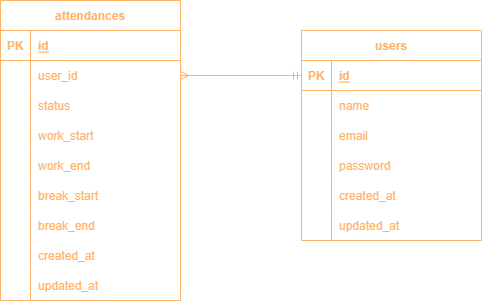
Above: ER図.png in Tanukichi-35/atte (draw.io), before the change. Source tidied: cells renumbered, new cells last; positions are measured from the earlier drawing's top-left corner, leaving out a move shared by most shapes. The source it was exported from:
```xml
<mxGraphModel>
  <root>
    <mxCell id="0" />
    <mxCell id="1" parent="0" />
    <mxCell id="2" value="attendances" style="shape=table;startSize=30;rowLines=0;fontStyle=1;align=center;rounded=0;strokeWidth=1;fillColor=none;strokeColor=#FFB366;fontColor=#FFB366;" parent="1" vertex="1">
      <mxGeometry width="180" height="300" as="geometry" />
    </mxCell>
    <mxCell id="3" style="shape=tableRow;horizontal=0;startSize=0;swimlaneHead=0;swimlaneBody=0;top=0;left=0;right=0;bottom=1;rounded=0;strokeWidth=1;swimlaneLine=1;fillColor=none;strokeColor=#FFB366;fontColor=#FFB366;" parent="2" vertex="1">
      <mxGeometry y="30" width="180" height="30" as="geometry" />
    </mxCell>
    <mxCell id="4" value="PK" style="shape=partialRectangle;top=0;left=0;bottom=0;right=0;fontStyle=1;overflow=hidden;rounded=0;strokeWidth=1;swimlaneLine=1;fillColor=none;strokeColor=#FFB366;fontColor=#FFB366;" parent="3" vertex="1">
      <mxGeometry width="30" height="30" as="geometry" />
    </mxCell>
    <mxCell id="5" value="id" style="shape=partialRectangle;top=0;left=0;bottom=0;right=0;align=left;spacingLeft=6;fontStyle=5;overflow=hidden;rounded=0;strokeWidth=1;swimlaneLine=1;fillColor=none;strokeColor=#FFB366;fontColor=#FFB366;" parent="3" vertex="1">
      <mxGeometry x="30" width="150" height="30" as="geometry" />
    </mxCell>
    <mxCell id="6" style="shape=tableRow;horizontal=0;startSize=0;swimlaneHead=0;swimlaneBody=0;points=[[0,0.5],[1,0.5]];portConstraint=eastwest;top=0;left=0;right=0;bottom=0;rounded=0;strokeWidth=1;swimlaneLine=1;fillColor=none;strokeColor=#FFB366;fontColor=#FFB366;" parent="2" vertex="1">
      <mxGeometry y="60" width="180" height="30" as="geometry" />
    </mxCell>
    <mxCell id="7" style="shape=partialRectangle;top=0;left=0;bottom=0;right=0;overflow=hidden;rounded=0;strokeWidth=1;swimlaneLine=1;fillColor=none;strokeColor=#FFB366;fontColor=#FFB366;" parent="6" vertex="1">
      <mxGeometry width="30" height="30" as="geometry" />
    </mxCell>
    <mxCell id="8" value="user_id" style="shape=partialRectangle;top=0;left=0;bottom=0;right=0;align=left;spacingLeft=6;overflow=hidden;rounded=0;strokeWidth=1;swimlaneLine=1;fillColor=none;strokeColor=#FFB366;fontColor=#FFB366;" parent="6" vertex="1">
      <mxGeometry x="30" width="150" height="30" as="geometry" />
    </mxCell>
    <mxCell id="9" style="shape=tableRow;horizontal=0;startSize=0;swimlaneHead=0;swimlaneBody=0;top=0;left=0;right=0;bottom=0;rounded=0;strokeWidth=1;swimlaneLine=1;fillColor=none;strokeColor=#FFB366;fontColor=#FFB366;" parent="2" vertex="1">
      <mxGeometry y="90" width="180" height="30" as="geometry" />
    </mxCell>
    <mxCell id="10" style="shape=partialRectangle;top=0;left=0;bottom=0;right=0;overflow=hidden;rounded=0;strokeWidth=1;swimlaneLine=1;fillColor=none;strokeColor=#FFB366;fontColor=#FFB366;" parent="9" vertex="1">
      <mxGeometry width="30" height="30" as="geometry" />
    </mxCell>
    <mxCell id="11" value="status" style="shape=partialRectangle;top=0;left=0;bottom=0;right=0;align=left;spacingLeft=6;overflow=hidden;rounded=0;strokeWidth=1;swimlaneLine=1;fillColor=none;strokeColor=#FFB366;fontColor=#FFB366;" parent="9" vertex="1">
      <mxGeometry x="30" width="150" height="30" as="geometry" />
    </mxCell>
    <mxCell id="12" style="shape=tableRow;horizontal=0;startSize=0;swimlaneHead=0;swimlaneBody=0;top=0;left=0;right=0;bottom=0;rounded=0;strokeWidth=1;swimlaneLine=1;fillColor=none;strokeColor=#FFB366;fontColor=#FFB366;" parent="2" vertex="1">
      <mxGeometry y="120" width="180" height="30" as="geometry" />
    </mxCell>
    <mxCell id="13" style="shape=partialRectangle;top=0;left=0;bottom=0;right=0;overflow=hidden;rounded=0;strokeWidth=1;swimlaneLine=1;fillColor=none;strokeColor=#FFB366;fontColor=#FFB366;" parent="12" vertex="1">
      <mxGeometry width="30" height="30" as="geometry" />
    </mxCell>
    <mxCell id="14" value="work_start" style="shape=partialRectangle;top=0;left=0;bottom=0;right=0;align=left;spacingLeft=6;overflow=hidden;rounded=0;strokeWidth=1;swimlaneLine=1;fillColor=none;strokeColor=#FFB366;fontColor=#FFB366;" parent="12" vertex="1">
      <mxGeometry x="30" width="150" height="30" as="geometry" />
    </mxCell>
    <mxCell id="15" style="shape=tableRow;horizontal=0;startSize=0;swimlaneHead=0;swimlaneBody=0;top=0;left=0;right=0;bottom=0;rounded=0;strokeWidth=1;swimlaneLine=1;fillColor=none;strokeColor=#FFB366;fontColor=#FFB366;" parent="2" vertex="1">
      <mxGeometry y="150" width="180" height="30" as="geometry" />
    </mxCell>
    <mxCell id="16" style="shape=partialRectangle;top=0;left=0;bottom=0;right=0;overflow=hidden;rounded=0;strokeWidth=1;swimlaneLine=1;fillColor=none;strokeColor=#FFB366;fontColor=#FFB366;" parent="15" vertex="1">
      <mxGeometry width="30" height="30" as="geometry" />
    </mxCell>
    <mxCell id="17" value="work_end" style="shape=partialRectangle;top=0;left=0;bottom=0;right=0;align=left;spacingLeft=6;overflow=hidden;rounded=0;strokeWidth=1;swimlaneLine=1;fillColor=none;strokeColor=#FFB366;fontColor=#FFB366;" parent="15" vertex="1">
      <mxGeometry x="30" width="150" height="30" as="geometry" />
    </mxCell>
    <mxCell id="18" style="shape=tableRow;horizontal=0;startSize=0;swimlaneHead=0;swimlaneBody=0;top=0;left=0;right=0;bottom=0;rounded=0;strokeWidth=1;swimlaneLine=1;fillColor=none;strokeColor=#FFB366;fontColor=#FFB366;" parent="2" vertex="1">
      <mxGeometry y="180" width="180" height="30" as="geometry" />
    </mxCell>
    <mxCell id="19" style="shape=partialRectangle;top=0;left=0;bottom=0;right=0;overflow=hidden;rounded=0;strokeWidth=1;swimlaneLine=1;fillColor=none;strokeColor=#FFB366;fontColor=#FFB366;" parent="18" vertex="1">
      <mxGeometry width="30" height="30" as="geometry" />
    </mxCell>
    <mxCell id="20" value="break_start" style="shape=partialRectangle;top=0;left=0;bottom=0;right=0;align=left;spacingLeft=6;overflow=hidden;rounded=0;strokeWidth=1;swimlaneLine=1;fillColor=none;strokeColor=#FFB366;fontColor=#FFB366;" parent="18" vertex="1">
      <mxGeometry x="30" width="150" height="30" as="geometry" />
    </mxCell>
    <mxCell id="21" style="shape=tableRow;horizontal=0;startSize=0;swimlaneHead=0;swimlaneBody=0;top=0;left=0;right=0;bottom=0;rounded=0;strokeWidth=1;swimlaneLine=1;fillColor=none;strokeColor=#FFB366;fontColor=#FFB366;" parent="2" vertex="1">
      <mxGeometry y="210" width="180" height="30" as="geometry" />
    </mxCell>
    <mxCell id="22" style="shape=partialRectangle;top=0;left=0;bottom=0;right=0;overflow=hidden;rounded=0;strokeWidth=1;swimlaneLine=1;fillColor=none;strokeColor=#FFB366;fontColor=#FFB366;" parent="21" vertex="1">
      <mxGeometry width="30" height="30" as="geometry" />
    </mxCell>
    <mxCell id="23" value="break_end" style="shape=partialRectangle;top=0;left=0;bottom=0;right=0;align=left;spacingLeft=6;overflow=hidden;rounded=0;strokeWidth=1;swimlaneLine=1;fillColor=none;strokeColor=#FFB366;fontColor=#FFB366;" parent="21" vertex="1">
      <mxGeometry x="30" width="150" height="30" as="geometry" />
    </mxCell>
    <mxCell id="24" style="shape=tableRow;horizontal=0;startSize=0;swimlaneHead=0;swimlaneBody=0;top=0;left=0;right=0;bottom=0;rounded=0;strokeWidth=1;swimlaneLine=1;fillColor=none;strokeColor=#FFB366;fontColor=#FFB366;" parent="2" vertex="1">
      <mxGeometry y="240" width="180" height="30" as="geometry" />
    </mxCell>
    <mxCell id="25" style="shape=partialRectangle;top=0;left=0;bottom=0;right=0;overflow=hidden;rounded=0;strokeWidth=1;swimlaneLine=1;fillColor=none;strokeColor=#FFB366;fontColor=#FFB366;" parent="24" vertex="1">
      <mxGeometry width="30" height="30" as="geometry" />
    </mxCell>
    <mxCell id="26" value="created_at" style="shape=partialRectangle;top=0;left=0;bottom=0;right=0;align=left;spacingLeft=6;overflow=hidden;rounded=0;strokeWidth=1;swimlaneLine=1;fillColor=none;strokeColor=#FFB366;fontColor=#FFB366;" parent="24" vertex="1">
      <mxGeometry x="30" width="150" height="30" as="geometry" />
    </mxCell>
    <mxCell id="27" style="shape=tableRow;horizontal=0;startSize=0;swimlaneHead=0;swimlaneBody=0;top=0;left=0;right=0;bottom=0;rounded=0;strokeWidth=1;swimlaneLine=1;fillColor=none;strokeColor=#FFB366;fontColor=#FFB366;" parent="2" vertex="1">
      <mxGeometry y="270" width="180" height="30" as="geometry" />
    </mxCell>
    <mxCell id="28" style="shape=partialRectangle;top=0;left=0;bottom=0;right=0;overflow=hidden;rounded=0;strokeWidth=1;swimlaneLine=1;fillColor=none;strokeColor=#FFB366;fontColor=#FFB366;" parent="27" vertex="1">
      <mxGeometry width="30" height="30" as="geometry" />
    </mxCell>
    <mxCell id="29" value="updated_at" style="shape=partialRectangle;top=0;left=0;bottom=0;right=0;align=left;spacingLeft=6;overflow=hidden;rounded=0;strokeWidth=1;swimlaneLine=1;fillColor=none;strokeColor=#FFB366;fontColor=#FFB366;" parent="27" vertex="1">
      <mxGeometry x="30" width="150" height="30" as="geometry" />
    </mxCell>
    <mxCell id="30" value="users" style="shape=table;startSize=30;rowLines=0;fontStyle=1;align=center;rounded=0;strokeWidth=1;swimlaneLine=1;fillColor=none;strokeColor=#FFB366;fontColor=#FFB366;" parent="1" vertex="1">
      <mxGeometry x="301" y="30" width="180" height="210" as="geometry" />
    </mxCell>
    <mxCell id="31" style="shape=tableRow;horizontal=0;startSize=0;swimlaneHead=0;swimlaneBody=0;top=0;left=0;right=0;bottom=1;rounded=0;strokeWidth=1;swimlaneLine=1;fillColor=none;strokeColor=#FFB366;fontColor=#FFB366;" parent="30" vertex="1">
      <mxGeometry y="30" width="180" height="30" as="geometry" />
    </mxCell>
    <mxCell id="32" value="PK" style="shape=partialRectangle;top=0;left=0;bottom=0;right=0;fontStyle=1;overflow=hidden;rounded=0;strokeWidth=1;swimlaneLine=1;fillColor=none;strokeColor=#FFB366;fontColor=#FFB366;" parent="31" vertex="1">
      <mxGeometry width="30" height="30" as="geometry" />
    </mxCell>
    <mxCell id="33" value="id" style="shape=partialRectangle;top=0;left=0;bottom=0;right=0;align=left;spacingLeft=6;fontStyle=5;overflow=hidden;rounded=0;strokeWidth=1;swimlaneLine=1;fillColor=none;strokeColor=#FFB366;fontColor=#FFB366;" parent="31" vertex="1">
      <mxGeometry x="30" width="150" height="30" as="geometry" />
    </mxCell>
    <mxCell id="34" style="shape=tableRow;horizontal=0;startSize=0;swimlaneHead=0;swimlaneBody=0;top=0;left=0;right=0;bottom=0;rounded=0;strokeWidth=1;swimlaneLine=1;fillColor=none;strokeColor=#FFB366;fontColor=#FFB366;" parent="30" vertex="1">
      <mxGeometry y="60" width="180" height="30" as="geometry" />
    </mxCell>
    <mxCell id="35" style="shape=partialRectangle;top=0;left=0;bottom=0;right=0;overflow=hidden;rounded=0;strokeWidth=1;swimlaneLine=1;fillColor=none;strokeColor=#FFB366;fontColor=#FFB366;" parent="34" vertex="1">
      <mxGeometry width="30" height="30" as="geometry" />
    </mxCell>
    <mxCell id="36" value="name" style="shape=partialRectangle;top=0;left=0;bottom=0;right=0;align=left;spacingLeft=6;overflow=hidden;rounded=0;strokeWidth=1;swimlaneLine=1;fillColor=none;strokeColor=#FFB366;fontColor=#FFB366;" parent="34" vertex="1">
      <mxGeometry x="30" width="150" height="30" as="geometry" />
    </mxCell>
    <mxCell id="37" style="shape=tableRow;horizontal=0;startSize=0;swimlaneHead=0;swimlaneBody=0;top=0;left=0;right=0;bottom=0;rounded=0;strokeWidth=1;swimlaneLine=1;fillColor=none;strokeColor=#FFB366;fontColor=#FFB366;" parent="30" vertex="1">
      <mxGeometry y="90" width="180" height="30" as="geometry" />
    </mxCell>
    <mxCell id="38" style="shape=partialRectangle;top=0;left=0;bottom=0;right=0;overflow=hidden;rounded=0;strokeWidth=1;swimlaneLine=1;fillColor=none;strokeColor=#FFB366;fontColor=#FFB366;" parent="37" vertex="1">
      <mxGeometry width="30" height="30" as="geometry" />
    </mxCell>
    <mxCell id="39" value="email" style="shape=partialRectangle;top=0;left=0;bottom=0;right=0;align=left;spacingLeft=6;overflow=hidden;rounded=0;strokeWidth=1;swimlaneLine=1;fillColor=none;strokeColor=#FFB366;fontColor=#FFB366;" parent="37" vertex="1">
      <mxGeometry x="30" width="150" height="30" as="geometry" />
    </mxCell>
    <mxCell id="40" style="shape=tableRow;horizontal=0;startSize=0;swimlaneHead=0;swimlaneBody=0;top=0;left=0;right=0;bottom=0;rounded=0;strokeWidth=1;swimlaneLine=1;fillColor=none;strokeColor=#FFB366;fontColor=#FFB366;" parent="30" vertex="1">
      <mxGeometry y="120" width="180" height="30" as="geometry" />
    </mxCell>
    <mxCell id="41" style="shape=partialRectangle;top=0;left=0;bottom=0;right=0;overflow=hidden;rounded=0;strokeWidth=1;swimlaneLine=1;fillColor=none;strokeColor=#FFB366;fontColor=#FFB366;" parent="40" vertex="1">
      <mxGeometry width="30" height="30" as="geometry" />
    </mxCell>
    <mxCell id="42" value="password" style="shape=partialRectangle;top=0;left=0;bottom=0;right=0;align=left;spacingLeft=6;overflow=hidden;rounded=0;strokeWidth=1;swimlaneLine=1;fillColor=none;strokeColor=#FFB366;fontColor=#FFB366;" parent="40" vertex="1">
      <mxGeometry x="30" width="150" height="30" as="geometry" />
    </mxCell>
    <mxCell id="43" style="shape=tableRow;horizontal=0;startSize=0;swimlaneHead=0;swimlaneBody=0;top=0;left=0;right=0;bottom=0;rounded=0;strokeWidth=1;swimlaneLine=1;fillColor=none;strokeColor=#FFB366;fontColor=#FFB366;" parent="30" vertex="1">
      <mxGeometry y="150" width="180" height="30" as="geometry" />
    </mxCell>
    <mxCell id="44" style="shape=partialRectangle;top=0;left=0;bottom=0;right=0;overflow=hidden;rounded=0;strokeWidth=1;swimlaneLine=1;fillColor=none;strokeColor=#FFB366;fontColor=#FFB366;" parent="43" vertex="1">
      <mxGeometry width="30" height="30" as="geometry" />
    </mxCell>
    <mxCell id="45" value="created_at" style="shape=partialRectangle;top=0;left=0;bottom=0;right=0;align=left;spacingLeft=6;overflow=hidden;rounded=0;strokeWidth=1;swimlaneLine=1;fillColor=none;strokeColor=#FFB366;fontColor=#FFB366;" parent="43" vertex="1">
      <mxGeometry x="30" width="150" height="30" as="geometry" />
    </mxCell>
    <mxCell id="46" style="shape=tableRow;horizontal=0;startSize=0;swimlaneHead=0;swimlaneBody=0;top=0;left=0;right=0;bottom=0;rounded=0;strokeWidth=1;swimlaneLine=1;fillColor=none;strokeColor=#FFB366;fontColor=#FFB366;" parent="30" vertex="1">
      <mxGeometry y="180" width="180" height="30" as="geometry" />
    </mxCell>
    <mxCell id="47" style="shape=partialRectangle;top=0;left=0;bottom=0;right=0;overflow=hidden;rounded=0;strokeWidth=1;swimlaneLine=1;fillColor=none;strokeColor=#FFB366;fontColor=#FFB366;" parent="46" vertex="1">
      <mxGeometry width="30" height="30" as="geometry" />
    </mxCell>
    <mxCell id="48" value="updated_at" style="shape=partialRectangle;top=0;left=0;bottom=0;right=0;align=left;spacingLeft=6;overflow=hidden;rounded=0;strokeWidth=1;swimlaneLine=1;fillColor=none;strokeColor=#FFB366;fontColor=#FFB366;" parent="46" vertex="1">
      <mxGeometry x="30" width="150" height="30" as="geometry" />
    </mxCell>
    <mxCell id="49" style="edgeStyle=orthogonalEdgeStyle;fontSize=12;html=1;endArrow=ERmany;startArrow=ERmandOne;startFill=0;entryX=1;entryY=0.5;entryDx=0;entryDy=0;endFill=0;exitX=0;exitY=0.5;exitDx=0;exitDy=0;strokeWidth=1;swimlaneLine=1;rounded=0;fillColor=none;strokeColor=#FFB366;fontColor=#FFB366;" parent="1" edge="1" target="6">
      <mxGeometry relative="1" as="geometry">
        <mxPoint x="301" y="75" as="sourcePoint" />
      </mxGeometry>
    </mxCell>
  </root>
</mxGraphModel>
```
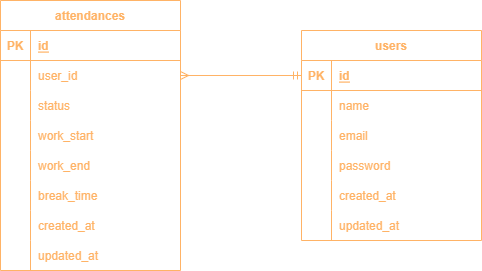
Later version of the same file.

Diff of the diagram source:
```diff
@@ -3,7 +3,7 @@
     <mxCell id="0" />
     <mxCell id="1" parent="0" />
     <mxCell id="2" value="attendances" style="shape=table;startSize=30;rowLines=0;fontStyle=1;align=center;rounded=0;strokeWidth=1;fillColor=none;strokeColor=#FFB366;fontColor=#FFB366;" parent="1" vertex="1">
-      <mxGeometry width="180" height="300" as="geometry" />
+      <mxGeometry width="180" height="270" as="geometry" />
     </mxCell>
     <mxCell id="3" style="shape=tableRow;horizontal=0;startSize=0;swimlaneHead=0;swimlaneBody=0;top=0;left=0;right=0;bottom=1;rounded=0;strokeWidth=1;swimlaneLine=1;fillColor=none;strokeColor=#FFB366;fontColor=#FFB366;" parent="2" vertex="1">
       <mxGeometry y="30" width="180" height="30" as="geometry" />
@@ -56,20 +56,11 @@
     <mxCell id="19" style="shape=partialRectangle;top=0;left=0;bottom=0;right=0;overflow=hidden;rounded=0;strokeWidth=1;swimlaneLine=1;fillColor=none;strokeColor=#FFB366;fontColor=#FFB366;" parent="18" vertex="1">
       <mxGeometry width="30" height="30" as="geometry" />
     </mxCell>
-    <mxCell id="20" value="break_start" style="shape=partialRectangle;top=0;left=0;bottom=0;right=0;align=left;spacingLeft=6;overflow=hidden;rounded=0;strokeWidth=1;swimlaneLine=1;fillColor=none;strokeColor=#FFB366;fontColor=#FFB366;" parent="18" vertex="1">
+    <mxCell id="20" value="break_time" style="shape=partialRectangle;top=0;left=0;bottom=0;right=0;align=left;spacingLeft=6;overflow=hidden;rounded=0;strokeWidth=1;swimlaneLine=1;fillColor=none;strokeColor=#FFB366;fontColor=#FFB366;" parent="18" vertex="1">
       <mxGeometry x="30" width="150" height="30" as="geometry" />
     </mxCell>
-    <mxCell id="21" style="shape=tableRow;horizontal=0;startSize=0;swimlaneHead=0;swimlaneBody=0;top=0;left=0;right=0;bottom=0;rounded=0;strokeWidth=1;swimlaneLine=1;fillColor=none;strokeColor=#FFB366;fontColor=#FFB366;" parent="2" vertex="1">
-      <mxGeometry y="210" width="180" height="30" as="geometry" />
-    </mxCell>
-    <mxCell id="22" style="shape=partialRectangle;top=0;left=0;bottom=0;right=0;overflow=hidden;rounded=0;strokeWidth=1;swimlaneLine=1;fillColor=none;strokeColor=#FFB366;fontColor=#FFB366;" parent="21" vertex="1">
-      <mxGeometry width="30" height="30" as="geometry" />
-    </mxCell>
-    <mxCell id="23" value="break_end" style="shape=partialRectangle;top=0;left=0;bottom=0;right=0;align=left;spacingLeft=6;overflow=hidden;rounded=0;strokeWidth=1;swimlaneLine=1;fillColor=none;strokeColor=#FFB366;fontColor=#FFB366;" parent="21" vertex="1">
-      <mxGeometry x="30" width="150" height="30" as="geometry" />
-    </mxCell>
     <mxCell id="24" style="shape=tableRow;horizontal=0;startSize=0;swimlaneHead=0;swimlaneBody=0;top=0;left=0;right=0;bottom=0;rounded=0;strokeWidth=1;swimlaneLine=1;fillColor=none;strokeColor=#FFB366;fontColor=#FFB366;" parent="2" vertex="1">
-      <mxGeometry y="240" width="180" height="30" as="geometry" />
+      <mxGeometry y="210" width="180" height="30" as="geometry" />
     </mxCell>
     <mxCell id="25" style="shape=partialRectangle;top=0;left=0;bottom=0;right=0;overflow=hidden;rounded=0;strokeWidth=1;swimlaneLine=1;fillColor=none;strokeColor=#FFB366;fontColor=#FFB366;" parent="24" vertex="1">
       <mxGeometry width="30" height="30" as="geometry" />
@@ -78,7 +69,7 @@
       <mxGeometry x="30" width="150" height="30" as="geometry" />
     </mxCell>
     <mxCell id="27" style="shape=tableRow;horizontal=0;startSize=0;swimlaneHead=0;swimlaneBody=0;top=0;left=0;right=0;bottom=0;rounded=0;strokeWidth=1;swimlaneLine=1;fillColor=none;strokeColor=#FFB366;fontColor=#FFB366;" parent="2" vertex="1">
-      <mxGeometry y="270" width="180" height="30" as="geometry" />
+      <mxGeometry y="240" width="180" height="30" as="geometry" />
     </mxCell>
     <mxCell id="28" style="shape=partialRectangle;top=0;left=0;bottom=0;right=0;overflow=hidden;rounded=0;strokeWidth=1;swimlaneLine=1;fillColor=none;strokeColor=#FFB366;fontColor=#FFB366;" parent="27" vertex="1">
       <mxGeometry width="30" height="30" as="geometry" />
```
